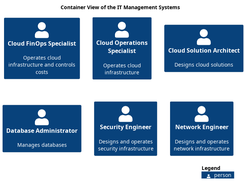
The PlantUML diagram docs/mybank/it-management/container-view.png in soulspace-org/my-bank-model, before a commit.
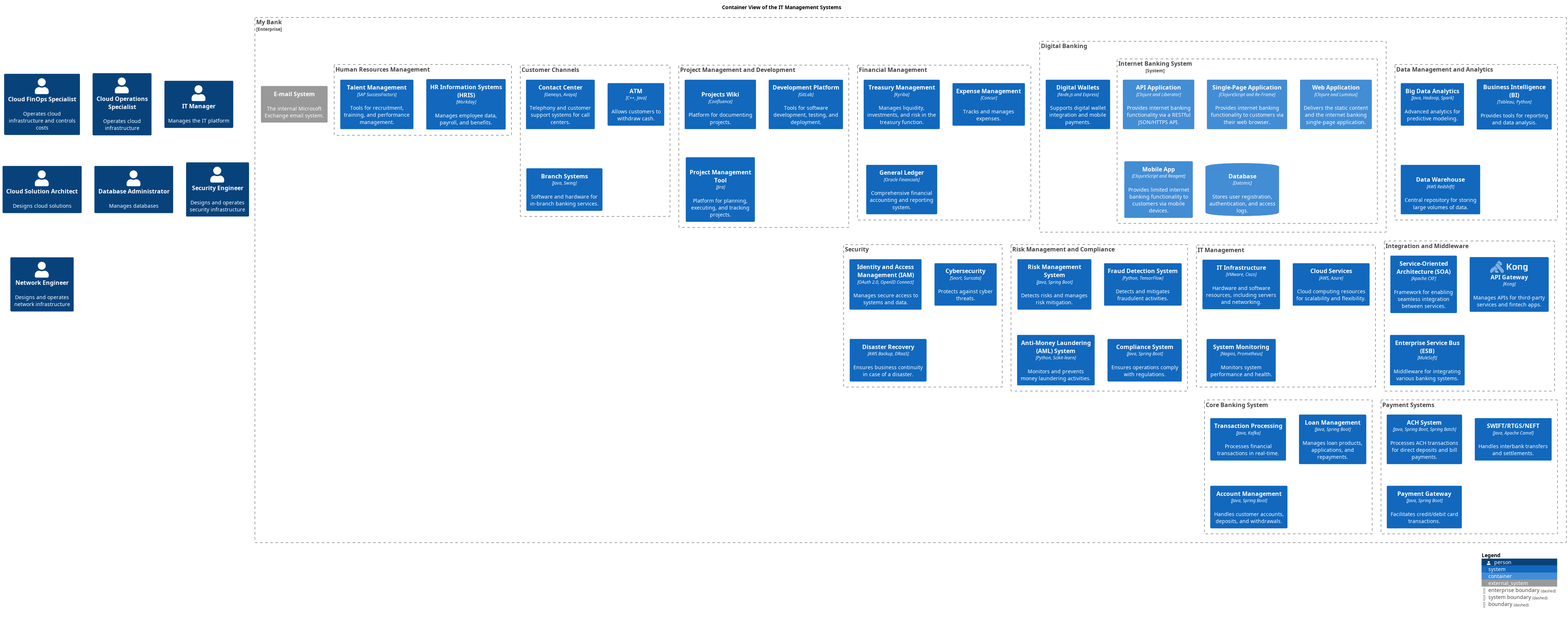
After the change.

Change to the diagram source:
```diff
@@ -5,6 +5,7 @@
 !include <azure/AzureCommon>
 !include <azure/AzureC4Integration>
 !include <tupadr3/common>
+!include <logos/kong>
 
 
 LAYOUT_TOP_DOWN()
@@ -13,8 +14,84 @@
 
 
 title Container View of the IT Management Systems
+Enterprise_Boundary(mybank_mybankPlc, "My Bank") {
+  Boundary(mybank_dataManagement_contextBoundary, "Data Management and Analytics") {
+    System(mybank_dataManagement_bigDataAnalyticsSystem, "Big Data Analytics", $descr="Advanced analytics for predictive modeling.", $type="Java, Hadoop, Spark")
+    System(mybank_dataManagement_businessIntelligenceSystem, "Business Intelligence (BI)", $descr="Provides tools for reporting and data analysis.", $type="Tableau, Python")
+    System(mybank_dataManagement_dataWarehouseSystem, "Data Warehouse", $descr="Central repository for storing large volumes of data.", $type="AWS Redshift", $sprite="Redshift")
+  }
+  Boundary(mybank_digitalBanking_contextBoundary, "Digital Banking") {
+    System(mybank_digitalBanking_digitalWalletsSystem, "Digital Wallets", $descr="Supports digital wallet integration and mobile payments.", $type="Node.js and Express")
+    System_Boundary(mybank_digitalBanking_internetBankingSystem_internetBankingSystem, "Internet Banking System") {
+      Container(mybank_digitalBanking_internetBankingSystem_apiApplication, "API Application", $descr="Provides internet banking functionality via a RESTful JSON/HTTPS API.", $techn="Clojure and Liberator")
+      Container(mybank_digitalBanking_internetBankingSystem_singlePageApp, "Single-Page Application", $descr="Provides internet banking functionality to customers via their web browser.", $techn="ClojureScript and Re-Frame")
+      Container(mybank_digitalBanking_internetBankingSystem_webApp, "Web Application", $descr="Delivers the static content and the internet banking single-page application.", $techn="Clojure and Luminus")
+      Container(mybank_digitalBanking_internetBankingSystem_mobileApp, "Mobile App", $descr="Provides limited internet banking functionality to customers via mobile devices.", $techn="ClojureScript and Reagent")
+      ContainerDb(mybank_digitalBanking_internetBankingSystem_database, "Database", $descr="Stores user registration, authentication, and access logs.", $techn="Datomic")
+    }
+    System_Boundary(mybank_digitalBanking_internetBankingSystem_internetBankingSystem, "Internet Banking System") {
+      Container(mybank_digitalBanking_internetBankingSystem_apiApplication, "API Application", $descr="Provides internet banking functionality via a RESTful JSON/HTTPS API.", $techn="Clojure and Liberator")
+      Container(mybank_digitalBanking_internetBankingSystem_singlePageApp, "Single-Page Application", $descr="Provides internet banking functionality to customers via their web browser.", $techn="ClojureScript and Re-Frame")
+      Container(mybank_digitalBanking_internetBankingSystem_webApp, "Web Application", $descr="Delivers the static content and the internet banking single-page application.", $techn="Clojure and Luminus")
+      Container(mybank_digitalBanking_internetBankingSystem_mobileApp, "Mobile App", $descr="Provides limited internet banking functionality to customers via mobile devices.", $techn="ClojureScript and Reagent")
+      ContainerDb(mybank_digitalBanking_internetBankingSystem_database, "Database", $descr="Stores user registration, authentication, and access logs.", $techn="Datomic")
+    }
+  }
+  Boundary(mybank_financialManagement_contextBoundary, "Financial Management") {
+    System(mybank_financialManagement_treasuryManagementSystem, "Treasury Management", $descr="Manages liquidity, investments, and risk in the treasury function.", $type="Kyriba")
+    System(mybank_financialManagement_expenseManagementSystem, "Expense Management", $descr="Tracks and manages expenses.", $type="Concur")
+    System(mybank_financialManagement_generalLedgerSystem, "General Ledger", $descr="Comprehensive financial accounting and reporting system.", $type="Oracle Financials")
+  }
+  Boundary(mybank_projectManagement_contextBoundary, "Project Management and Development") {
+    System(mybank_projectManagement_confluence, "Projects Wiki", $descr="Platform for documenting projects.", $type="Confluence", $sprite="confluence")
+    System(mybank_projectManagement_gitlab, "Development Platform", $descr="Tools for software development, testing, and deployment.", $type="GitLab")
+    System(mybank_projectManagement_jira, "Project Management Tool", $descr="Platform for planning, executing, and tracking projects.", $type="Jira", $sprite="jira")
+  }
+  Boundary(mybank_customerChannels_contextBoundary, "Customer Channels") {
+    System(mybank_customerChannels_contactCenterSystem, "Contact Center", $descr="Telephony and customer support systems for call centers.", $type="Genesys, Avaya")
+    System(mybank_customerChannels_atm, "ATM", $descr="Allows customers to withdraw cash.", $type="C++, Java")
+    System(mybank_customerChannels_branchSystems, "Branch Systems", $descr="Software and hardware for in-branch banking services.", $type="Java, Swing")
+  }
+  Boundary(mybank_integrationMiddlewareContext, "Integration and Middleware") {
+    System(mybank_integrationMiddleware_soa, "Service-Oriented Architecture (SOA)", $descr="Framework for enabling seamless integration between services.", $type="Apache CXF")
+    System(mybank_integrationMiddleware_apiGateway, "API Gateway", $descr="Manages APIs for third-party services and fintech apps.", $type="Kong", $sprite="kong")
+    System(mybank_integrationMiddleware_esb, "Enterprise Service Bus (ESB)", $descr="Middleware for integrating various banking systems.", $type="MuleSoft")
+  }
+  Boundary(mybank_itManagement_contextBoundary, "IT Management") {
+    System(mybank_infrastructureManagement_itInfrastructureSystem, "IT Infrastructure", $descr="Hardware and software resources, including servers and networking.", $type="VMware, Cisco")
+    System(mybank_infrastructureManagement_cloudServicesSystem, "Cloud Services", $descr="Cloud computing resources for scalability and flexibility.", $type="AWS, Azure")
+    System(mybank_infrastructureManagement_systemMonitoringSystem, "System Monitoring", $descr="Monitors system performance and health.", $type="Nagios, Prometheus")
+  }
+  Boundary(mybank_compliance_contextBoundary, "Risk Management and Compliance") {
+    System(mybank_compliance_riskManagementSystem, "Risk Management System", $descr="Detects risks and manages risk mitigation.", $type="Java, Spring Boot")
+    System(mybank_compliance_fraudDetectionSystem, "Fraud Detection System", $descr="Detects and mitigates fraudulent activities.", $type="Python, TensorFlow")
+    System(mybank_compliance_amlSystem, "Anti-Money Laundering (AML) System", $descr="Monitors and prevents money laundering activities.", $type="Python, Scikit-learn")
+    System(mybank_compliance_complianceSystem, "Compliance System", $descr="Ensures operations comply with regulations.", $type="Java, Spring Boot")
+  }
+  System_Ext(mybank_emailSystem, "E-mail System", $descr="The internal Microsoft Exchange email system.")
+  Boundary(mybank_security_contextBoundary, "Security") {
+    System(mybank_security_identityAccessManagementSystem, "Identity and Access Management (IAM)", $descr="Manages secure access to systems and data.", $type="OAuth 2.0, OpenID Connect")
+    System(mybank_security_cybersecuritySystem, "Cybersecurity", $descr="Protects against cyber threats.", $type="Snort, Suricata")
+    System(mybank_security_disasterRecoverySystem, "Disaster Recovery", $descr="Ensures business continuity in case of a disaster.", $type="AWS Backup, DRaaS")
+  }
+  Boundary(mybank_payment_contextBoundary, "Payment Systems") {
+    System(mybank_payment_achSystem, "ACH System", $descr="Processes ACH transactions for direct deposits and bill payments.", $type="Java, Spring Boot, Spring Batch")
+    System(mybank_payment_swiftRtgsNeftSystem, "SWIFT/RTGS/NEFT", $descr="Handles interbank transfers and settlements.", $type="Java, Apache Camel")
+    System(mybank_payment_paymentGatewaySystem, "Payment Gateway", $descr="Facilitates credit/debit card transactions.", $type="Java, Spring Boot")
+  }
+  Boundary(mybank_coreBanking_contextBoundary, "Core Banking System") {
+    System(mybank_coreBanking_transactionProcessingSystem, "Transaction Processing", $descr="Processes financial transactions in real-time.", $type="Java, Kafka")
+    System(mybank_coreBanking_loanManagementSystem, "Loan Management", $descr="Manages loan products, applications, and repayments.", $type="Java, Spring Boot")
+    System(mybank_coreBanking_accountManagementSystem, "Account Management", $descr="Handles customer accounts, deposits, and withdrawals.", $type="Java, Spring Boot")
+  }
+  Boundary(mybank_humanResources_contextBoundary, "Human Resources Management") {
+    System(mybank_humanResources_hris, "HR Information Systems (HRIS)", $descr="Manages employee data, payroll, and benefits.", $type="Workday")
+    System(mybank_humanResources_talentManagementSystem, "Talent Management", $descr="Tools for recruitment, training, and performance management.", $type="SAP SuccessFactors")
+  }
+}
 Person(mybank_itManagement_cloudFinopsSpecialist, "Cloud FinOps Specialist", $descr="Operates cloud infrastructure and controls costs")
 Person(mybank_itManagement_cloudOperationsSpecialist, "Cloud Operations Specialist", $descr="Operates cloud infrastructure")
+Person(mybank_itManagement_itManager, "IT Manager", $descr="Manages the IT platform")
 Person(mybank_itManagement_cloudSolutionArchitect, "Cloud Solution Architect", $descr="Designs cloud solutions")
 Person(mybank_itManagement_databaseAdministrator, "Database Administrator", $descr="Manages databases")
 Person(mybank_itManagement_securityEngineer, "Security Engineer", $descr="Designs and operates security infrastructure")
```
